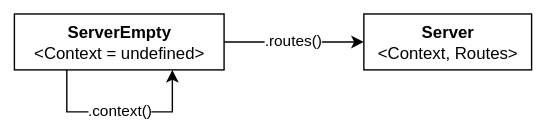
Earlier version of the draw.io export docs/server-builder.drawio.svg (petrhdk/rpc). Source tidied: cells renumbered, new cells last; positions are measured from the earlier drawing's top-left corner, leaving out a move shared by most shapes.
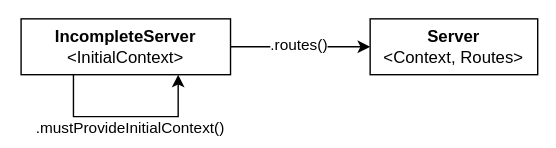
Later version of the same file.

Commit message:
docs: sketch rewrite of API: `procedure`, `server`, `client`

What changed in the source:
```diff
@@ -3,7 +3,7 @@
     <mxCell id="0" />
     <mxCell id="1" parent="0" />
     <mxCell id="2" style="whiteSpace=wrap;html=1;strokeColor=none;" parent="1" vertex="1">
-      <mxGeometry width="390" height="93" as="geometry" />
+      <mxGeometry x="-4" y="-3" width="397" height="106" as="geometry" />
     </mxCell>
     <mxCell id="3" value="&lt;b&gt;Server&lt;/b&gt;&lt;br&gt;&amp;lt;Context, Routes&amp;gt;" style="html=1;whiteSpace=wrap;" parent="1" vertex="1">
       <mxGeometry x="260" y="10" width="120" height="40" as="geometry" />
@@ -17,9 +17,9 @@
         </Array>
       </mxGeometry>
     </mxCell>
-    <mxCell id="5" value=".context()" style="edgeLabel;html=1;align=center;verticalAlign=middle;" parent="4" vertex="1">
+    <mxCell id="5" value=".mustProvideInitialContext()" style="edgeLabel;html=1;align=center;verticalAlign=middle;" parent="4" vertex="1">
       <mxGeometry x="-0.06" y="-2" relative="1" as="geometry">
-        <mxPoint x="3" y="-3" as="offset" />
+        <mxPoint x="6" y="6" as="offset" />
       </mxGeometry>
     </mxCell>
     <mxCell id="6" style="edgeStyle=orthogonalEdgeStyle;rounded=0;jettySize=auto;html=1;exitX=1;exitY=0.5;exitDx=0;exitDy=0;entryX=0;entryY=0.5;entryDx=0;entryDy=0;" parent="1" edge="1" source="8" target="3">
@@ -30,7 +30,7 @@
         <mxPoint x="3" y="-2" as="offset" />
       </mxGeometry>
     </mxCell>
-    <mxCell id="8" value="&lt;b&gt;ServerEmpty&lt;/b&gt;&lt;br&gt;&amp;lt;Context = undefined&amp;gt;" style="html=1;whiteSpace=wrap;" parent="1" vertex="1">
+    <mxCell id="8" value="&lt;b&gt;IncompleteServer&lt;/b&gt;&lt;br&gt;&amp;lt;InitialContext&amp;gt;" style="html=1;whiteSpace=wrap;" parent="1" vertex="1">
       <mxGeometry x="10" y="10" width="150" height="40" as="geometry" />
     </mxCell>
   </root>
```
